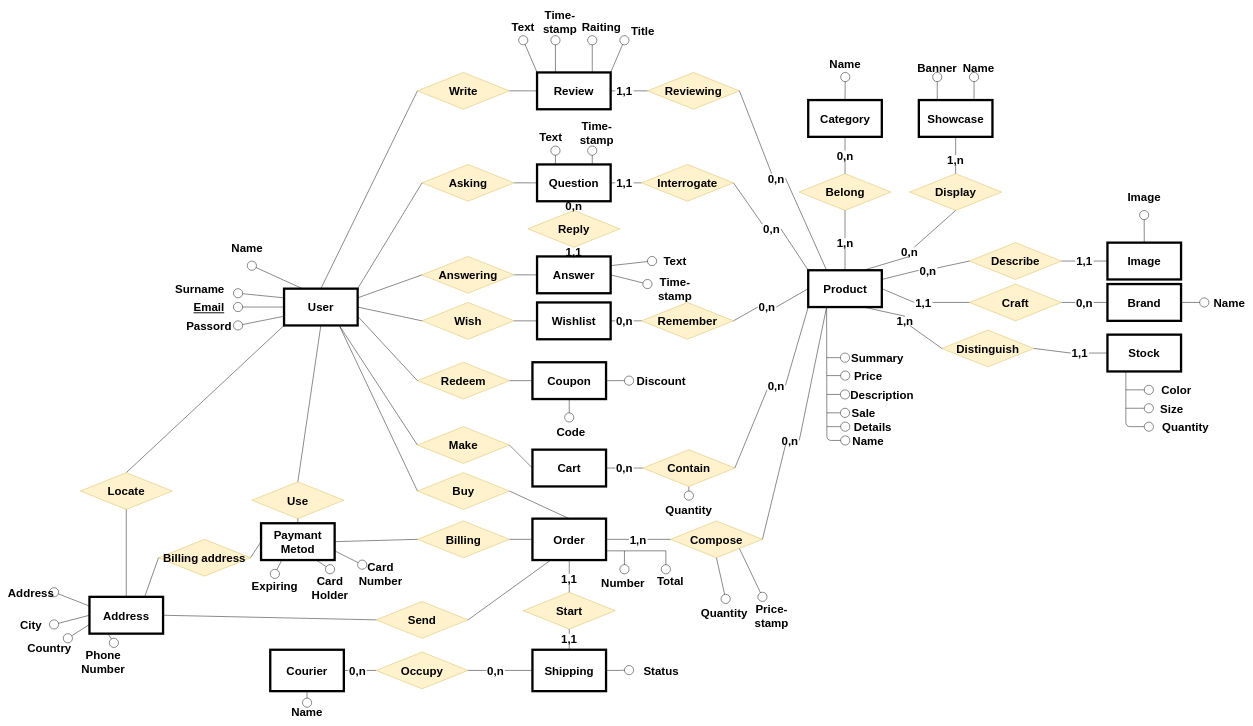
Before: Tecnologie del web.drawio in Coccio98/Tecnologie-del-web, a draw.io diagram. Source tidied: cells renumbered, new cells numbered last; positions are measured from the earlier drawing's top-left corner, leaving out a move shared by most shapes. Both pictures are drawn from the tidied source at 46%, with x=0, y=0 at pixel (22, 17).
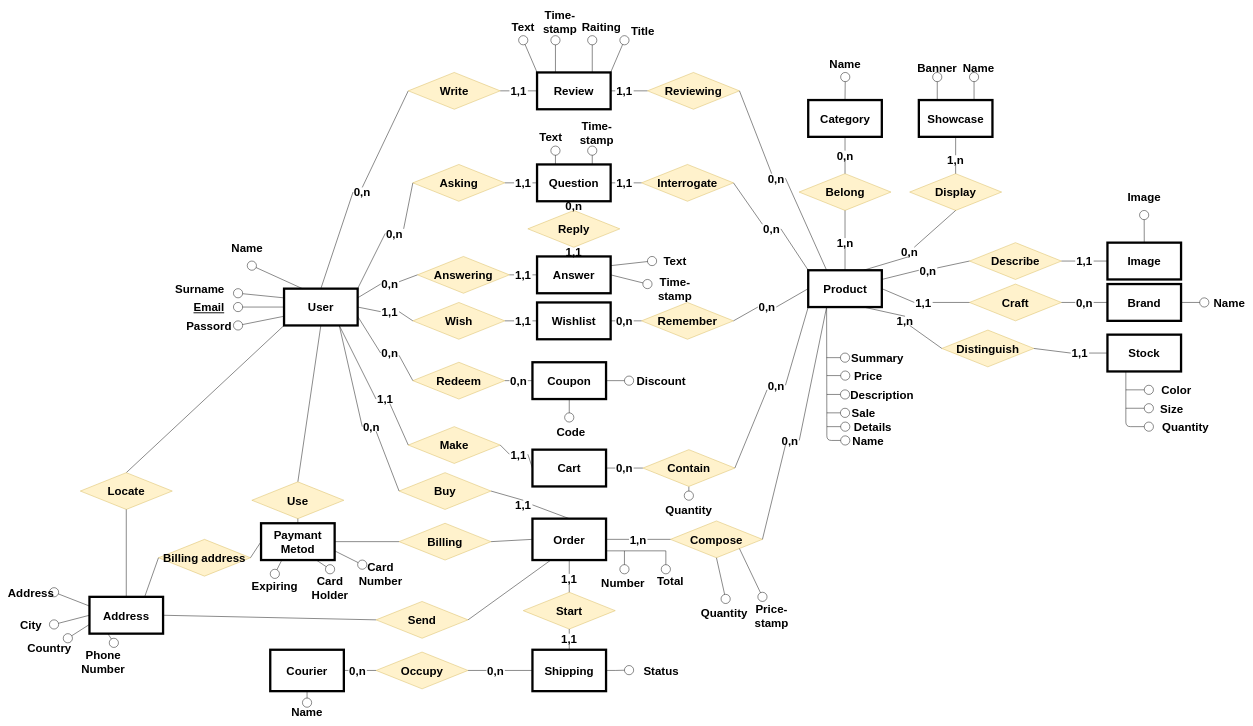
The same diagram, later.

The change refers to these unchanged cells:
```xml
<mxCell id="2" value="User" style="rounded=0;whiteSpace=wrap;html=1;fontSize=25;fontStyle=1;strokeWidth=5;" parent="1" vertex="1">
  <mxGeometry x="570" y="590" width="160" height="80" as="geometry" />
</mxCell>
<mxCell id="6" value="Wishlist" style="rounded=0;whiteSpace=wrap;html=1;fontSize=25;fontStyle=1;strokeWidth=5;" parent="1" vertex="1">
  <mxGeometry x="1120" y="620" width="160" height="80" as="geometry" />
</mxCell>
<mxCell id="9" value="Cart" style="rounded=0;whiteSpace=wrap;html=1;fontSize=25;fontStyle=1;strokeWidth=5;" parent="1" vertex="1">
  <mxGeometry x="1110" y="940" width="160" height="80" as="geometry" />
</mxCell>
<mxCell id="17" value="Order" style="rounded=0;whiteSpace=wrap;html=1;fontSize=25;fontStyle=1;strokeWidth=5;" parent="1" vertex="1">
  <mxGeometry x="1110" y="1090" width="160" height="90" as="geometry" />
</mxCell>
<mxCell id="24" value="Review" style="rounded=0;whiteSpace=wrap;html=1;fontSize=25;fontStyle=1;strokeWidth=5;" parent="1" vertex="1">
  <mxGeometry x="1120" y="120" width="160" height="80" as="geometry" />
</mxCell>
<mxCell id="29" value="Coupon" style="rounded=0;whiteSpace=wrap;html=1;fontSize=25;fontStyle=1;strokeWidth=5;" parent="1" vertex="1">
  <mxGeometry x="1110" y="750" width="160" height="80" as="geometry" />
</mxCell>
<mxCell id="45" value="Question" style="rounded=0;whiteSpace=wrap;html=1;fontSize=25;fontStyle=1;strokeWidth=5;" parent="1" vertex="1">
  <mxGeometry x="1120" y="320" width="160" height="80" as="geometry" />
</mxCell>
<mxCell id="48" value="Answer" style="rounded=0;whiteSpace=wrap;html=1;fontSize=25;fontStyle=1;strokeWidth=5;" parent="1" vertex="1">
  <mxGeometry x="1120" y="520" width="160" height="80" as="geometry" />
</mxCell>
```

Diff of the diagram source:
```diff
@@
-    <mxCell id="7" style="endArrow=none;html=1;entryX=0;entryY=0.5;entryDx=0;entryDy=0;exitX=1;exitY=0.5;exitDx=0;exitDy=0;fontSize=25;fontStyle=1;" parent="1" edge="1" source="59" target="6">
+    <mxCell id="7" style="endArrow=none;html=1;entryX=0;entryY=0.5;entryDx=0;entryDy=0;exitX=1;exitY=0.5;exitDx=0;exitDy=0;fontSize=25;fontStyle=1;" parent="1" edge="1" source="245" target="6">
       <mxGeometry relative="1" as="geometry" />
     </mxCell>
@@
-    <mxCell id="10" style="endArrow=none;html=1;exitX=0;exitY=0.5;exitDx=0;exitDy=0;entryX=0.75;entryY=1;entryDx=0;entryDy=0;fontSize=25;fontStyle=1;" parent="1" edge="1" source="61" target="2">
+    <mxCell id="10" style="endArrow=none;html=1;exitX=0;exitY=0.5;exitDx=0;exitDy=0;entryX=0.75;entryY=1;entryDx=0;entryDy=0;fontSize=25;fontStyle=1;" parent="1" edge="1" source="251" target="2">
       <mxGeometry relative="1" as="geometry" />
     </mxCell>
@@
-    <mxCell id="18" style="endArrow=none;html=1;entryX=0.75;entryY=1;entryDx=0;entryDy=0;exitX=0;exitY=0.5;exitDx=0;exitDy=0;fontSize=25;fontStyle=1;" parent="1" edge="1" source="63" target="2">
+    <mxCell id="18" style="endArrow=none;html=1;entryX=0.75;entryY=1;entryDx=0;entryDy=0;exitX=0;exitY=0.5;exitDx=0;exitDy=0;fontSize=25;fontStyle=1;" parent="1" edge="1" source="255" target="2">
       <mxGeometry relative="1" as="geometry" />
     </mxCell>
@@
-    <mxCell id="26" style="endArrow=none;html=1;exitX=0.5;exitY=0;exitDx=0;exitDy=0;fontSize=25;fontStyle=1;entryX=0;entryY=0.5;entryDx=0;entryDy=0;" parent="1" edge="1" source="2" target="51">
+    <mxCell id="26" style="endArrow=none;html=1;exitX=0.5;exitY=0;exitDx=0;exitDy=0;fontSize=25;fontStyle=1;entryX=0;entryY=0.5;entryDx=0;entryDy=0;" parent="1" edge="1" source="231" target="51">
       <mxGeometry relative="1" as="geometry" />
     </mxCell>
@@
-    <mxCell id="28" style="endArrow=none;html=1;fontSize=25;exitX=1;exitY=0.5;exitDx=0;exitDy=0;entryX=0;entryY=0.5;entryDx=0;entryDy=0;fontStyle=1;" parent="1" edge="1" source="99" target="29">
+    <mxCell id="28" style="endArrow=none;html=1;fontSize=25;exitX=1;exitY=0.5;exitDx=0;exitDy=0;entryX=0;entryY=0.5;entryDx=0;entryDy=0;fontStyle=1;" parent="1" edge="1" source="249" target="29">
       <mxGeometry relative="1" as="geometry" />
     </mxCell>
@@
-    <mxCell id="47" style="endArrow=none;html=1;fontSize=25;entryX=0;entryY=0.5;entryDx=0;entryDy=0;exitX=1;exitY=0.5;exitDx=0;exitDy=0;fontStyle=1;" parent="1" edge="1" source="55" target="45">
+    <mxCell id="47" style="endArrow=none;html=1;fontSize=25;entryX=0;entryY=0.5;entryDx=0;entryDy=0;exitX=1;exitY=0.5;exitDx=0;exitDy=0;fontStyle=1;" parent="1" edge="1" source="237" target="45">
       <mxGeometry relative="1" as="geometry" />
     </mxCell>
@@
-    <mxCell id="50" style="endArrow=none;html=1;fontSize=25;exitX=1;exitY=0.5;exitDx=0;exitDy=0;entryX=0;entryY=0.5;entryDx=0;entryDy=0;fontStyle=1;" parent="1" edge="1" source="53" target="48">
+    <mxCell id="50" style="endArrow=none;html=1;fontSize=25;exitX=1;exitY=0.5;exitDx=0;exitDy=0;entryX=0;entryY=0.5;entryDx=0;entryDy=0;fontStyle=1;" parent="1" edge="1" source="241" target="48">
       <mxGeometry relative="1" as="geometry" />
     </mxCell>
     <mxCell id="51" value="Write" style="rhombus;whiteSpace=wrap;html=1;fontSize=25;fontStyle=1;fillColor=#fff2cc;strokeColor=#d6b656;" parent="1" vertex="1">
-      <mxGeometry x="860" y="120" width="200" height="80" as="geometry" />
+      <mxGeometry x="840" y="120" width="200" height="80" as="geometry" />
     </mxCell>
-    <mxCell id="52" style="endArrow=none;html=1;exitX=1;exitY=0.5;exitDx=0;exitDy=0;fontSize=25;fontStyle=1;entryX=0;entryY=0.5;entryDx=0;entryDy=0;" parent="1" edge="1" source="51" target="24">
+    <mxCell id="52" style="endArrow=none;html=1;exitX=1;exitY=0.5;exitDx=0;exitDy=0;fontSize=25;fontStyle=1;entryX=0;entryY=0.5;entryDx=0;entryDy=0;" parent="1" edge="1" source="233" target="24">
       <mxGeometry relative="1" as="geometry" />
     </mxCell>
     <mxCell id="53" value="Answering" style="rhombus;whiteSpace=wrap;html=1;fontSize=25;fontStyle=1;fillColor=#fff2cc;strokeColor=#d6b656;" parent="1" vertex="1">
-      <mxGeometry x="870" y="520" width="200" height="80" as="geometry" />
+      <mxGeometry x="860" y="520" width="200" height="80" as="geometry" />
     </mxCell>
-    <mxCell id="54" style="endArrow=none;html=1;fontSize=25;exitX=1;exitY=0.25;exitDx=0;exitDy=0;entryX=0;entryY=0.5;entryDx=0;entryDy=0;fontStyle=1;" parent="1" edge="1" source="2" target="53">
+    <mxCell id="54" style="endArrow=none;html=1;fontSize=25;exitX=1;exitY=0.25;exitDx=0;exitDy=0;entryX=0;entryY=0.5;entryDx=0;entryDy=0;fontStyle=1;" parent="1" edge="1" source="239" target="53">
       <mxGeometry relative="1" as="geometry" />
     </mxCell>
     <mxCell id="55" value="Asking" style="rhombus;whiteSpace=wrap;html=1;fontSize=25;fontStyle=1;fillColor=#fff2cc;strokeColor=#d6b656;" parent="1" vertex="1">
-      <mxGeometry x="870" y="320" width="200" height="80" as="geometry" />
+      <mxGeometry x="850" y="320" width="200" height="80" as="geometry" />
     </mxCell>
-    <mxCell id="56" style="endArrow=none;html=1;fontSize=25;entryX=0;entryY=0.5;entryDx=0;entryDy=0;exitX=1;exitY=0;exitDx=0;exitDy=0;fontStyle=1;" parent="1" edge="1" source="2" target="55">
+    <mxCell id="56" style="endArrow=none;html=1;fontSize=25;entryX=0;entryY=0.5;entryDx=0;entryDy=0;exitX=1;exitY=0;exitDx=0;exitDy=0;fontStyle=1;" parent="1" edge="1" source="235" target="55">
       <mxGeometry relative="1" as="geometry" />
     </mxCell>
@@
     <mxCell id="59" value="Wish" style="rhombus;whiteSpace=wrap;html=1;fontSize=25;fontStyle=1;fillColor=#fff2cc;strokeColor=#d6b656;" parent="1" vertex="1">
-      <mxGeometry x="870" y="620" width="200" height="80" as="geometry" />
+      <mxGeometry x="850" y="620" width="200" height="80" as="geometry" />
     </mxCell>
-    <mxCell id="60" style="endArrow=none;html=1;entryX=0;entryY=0.5;entryDx=0;entryDy=0;exitX=1;exitY=0.5;exitDx=0;exitDy=0;fontSize=25;fontStyle=1;" parent="1" edge="1" source="2" target="59">
+    <mxCell id="60" style="endArrow=none;html=1;entryX=0;entryY=0.5;entryDx=0;entryDy=0;exitX=1;exitY=0.5;exitDx=0;exitDy=0;fontSize=25;fontStyle=1;" parent="1" edge="1" source="243" target="59">
       <mxGeometry relative="1" as="geometry" />
     </mxCell>
     <mxCell id="61" value="Make" style="rhombus;whiteSpace=wrap;html=1;fontSize=25;fontStyle=1;fillColor=#fff2cc;strokeColor=#d6b656;" parent="1" vertex="1">
-      <mxGeometry x="860" y="890" width="200" height="80" as="geometry" />
+      <mxGeometry x="840" y="890" width="200" height="80" as="geometry" />
     </mxCell>
-    <mxCell id="62" style="endArrow=none;html=1;exitX=0;exitY=0.5;exitDx=0;exitDy=0;fontSize=25;fontStyle=1;entryX=1;entryY=0.5;entryDx=0;entryDy=0;" parent="1" edge="1" source="9" target="61">
+    <mxCell id="62" style="endArrow=none;html=1;exitX=0;exitY=0.5;exitDx=0;exitDy=0;fontSize=25;fontStyle=1;entryX=1;entryY=0.5;entryDx=0;entryDy=0;" parent="1" edge="1" source="253" target="61">
       <mxGeometry relative="1" as="geometry" />
     </mxCell>
     <mxCell id="63" value="Buy" style="rhombus;whiteSpace=wrap;html=1;fontSize=25;fontStyle=1;fillColor=#fff2cc;strokeColor=#d6b656;" parent="1" vertex="1">
-      <mxGeometry x="860" y="990" width="200" height="80" as="geometry" />
+      <mxGeometry x="820" y="990" width="200" height="80" as="geometry" />
     </mxCell>
-    <mxCell id="64" style="endArrow=none;html=1;fontSize=25;fontStyle=1;entryX=1;entryY=0.5;entryDx=0;entryDy=0;exitX=0.5;exitY=0;exitDx=0;exitDy=0;" parent="1" edge="1" source="17" target="63">
+    <mxCell id="64" style="endArrow=none;html=1;fontSize=25;fontStyle=1;entryX=1;entryY=0.5;entryDx=0;entryDy=0;exitX=0.5;exitY=0;exitDx=0;exitDy=0;" parent="1" edge="1" source="257" target="63">
       <mxGeometry relative="1" as="geometry" />
     </mxCell>
@@
     <mxCell id="67" value="Billing" style="rhombus;whiteSpace=wrap;html=1;fontSize=25;fontStyle=1;fillColor=#fff2cc;strokeColor=#d6b656;" parent="1" vertex="1">
-      <mxGeometry x="860" y="1095" width="200" height="80" as="geometry" />
+      <mxGeometry x="820" y="1100" width="200" height="80" as="geometry" />
     </mxCell>
@@
     <mxCell id="99" value="Redeem" style="rhombus;whiteSpace=wrap;html=1;fontSize=25;fontStyle=1;fillColor=#fff2cc;strokeColor=#d6b656;" parent="1" vertex="1">
-      <mxGeometry x="860" y="750" width="200" height="80" as="geometry" />
+      <mxGeometry x="850" y="750" width="200" height="80" as="geometry" />
     </mxCell>
-    <mxCell id="100" style="endArrow=none;html=1;fontSize=25;entryX=0;entryY=0.5;entryDx=0;entryDy=0;fontStyle=1;exitX=1;exitY=0.75;exitDx=0;exitDy=0;" parent="1" edge="1" source="2" target="99">
+    <mxCell id="100" style="endArrow=none;html=1;fontSize=25;entryX=0;entryY=0.5;entryDx=0;entryDy=0;fontStyle=1;exitX=1;exitY=0.75;exitDx=0;exitDy=0;" parent="1" edge="1" source="247" target="99">
       <mxGeometry relative="1" as="geometry" />
     </mxCell>
@@
+    <mxCell id="231" value="0,n" style="text;html=1;strokeColor=none;fillColor=none;align=center;verticalAlign=middle;whiteSpace=wrap;rounded=0;fontSize=25;fontStyle=1;" parent="1" vertex="1">
+      <mxGeometry x="720" y="370" width="40" height="20" as="geometry" />
+    </mxCell>
+    <mxCell id="232" style="endArrow=none;html=1;exitX=0.5;exitY=0;exitDx=0;exitDy=0;fontSize=25;fontStyle=1;entryX=0;entryY=0.5;entryDx=0;entryDy=0;" parent="1" edge="1" source="2" target="231">
+      <mxGeometry relative="1" as="geometry" />
+    </mxCell>
+    <mxCell id="233" value="1,1" style="text;html=1;strokeColor=none;fillColor=none;align=center;verticalAlign=middle;whiteSpace=wrap;rounded=0;fontSize=25;fontStyle=1;" parent="1" vertex="1">
+      <mxGeometry x="1060" y="150" width="40" height="20" as="geometry" />
+    </mxCell>
+    <mxCell id="234" style="endArrow=none;html=1;exitX=1;exitY=0.5;exitDx=0;exitDy=0;fontSize=25;fontStyle=1;entryX=0;entryY=0.5;entryDx=0;entryDy=0;" parent="1" edge="1" source="51" target="233">
+      <mxGeometry relative="1" as="geometry" />
+    </mxCell>
+    <mxCell id="235" value="0,n" style="text;html=1;strokeColor=none;fillColor=none;align=center;verticalAlign=middle;whiteSpace=wrap;rounded=0;fontSize=25;fontStyle=1;" parent="1" vertex="1">
+      <mxGeometry x="790" y="460" width="40" height="20" as="geometry" />
+    </mxCell>
+    <mxCell id="236" style="endArrow=none;html=1;fontSize=25;entryX=0;entryY=0.5;entryDx=0;entryDy=0;exitX=1;exitY=0;exitDx=0;exitDy=0;fontStyle=1;" parent="1" edge="1" source="2" target="235">
+      <mxGeometry relative="1" as="geometry" />
+    </mxCell>
+    <mxCell id="237" value="1,1" style="text;html=1;strokeColor=none;fillColor=none;align=center;verticalAlign=middle;whiteSpace=wrap;rounded=0;fontSize=25;fontStyle=1;" parent="1" vertex="1">
+      <mxGeometry x="1070" y="350" width="40" height="20" as="geometry" />
+    </mxCell>
+    <mxCell id="238" style="endArrow=none;html=1;fontSize=25;entryX=0;entryY=0.5;entryDx=0;entryDy=0;exitX=1;exitY=0.5;exitDx=0;exitDy=0;fontStyle=1;" parent="1" edge="1" source="55" target="237">
+      <mxGeometry relative="1" as="geometry" />
+    </mxCell>
+    <mxCell id="239" value="0,n" style="text;html=1;strokeColor=none;fillColor=none;align=center;verticalAlign=middle;whiteSpace=wrap;rounded=0;fontSize=25;fontStyle=1;" parent="1" vertex="1">
+      <mxGeometry x="780" y="570" width="40" height="20" as="geometry" />
+    </mxCell>
+    <mxCell id="240" style="endArrow=none;html=1;fontSize=25;exitX=1;exitY=0.25;exitDx=0;exitDy=0;entryX=0;entryY=0.5;entryDx=0;entryDy=0;fontStyle=1;" parent="1" edge="1" source="2" target="239">
+      <mxGeometry relative="1" as="geometry" />
+    </mxCell>
+    <mxCell id="241" value="1,1" style="text;html=1;strokeColor=none;fillColor=none;align=center;verticalAlign=middle;whiteSpace=wrap;rounded=0;fontSize=25;fontStyle=1;" parent="1" vertex="1">
+      <mxGeometry x="1070" y="550" width="40" height="20" as="geometry" />
+    </mxCell>
+    <mxCell id="242" style="endArrow=none;html=1;fontSize=25;exitX=1;exitY=0.5;exitDx=0;exitDy=0;entryX=0;entryY=0.5;entryDx=0;entryDy=0;fontStyle=1;" parent="1" edge="1" source="53" target="241">
+      <mxGeometry relative="1" as="geometry" />
+    </mxCell>
+    <mxCell id="243" value="1,1" style="text;html=1;strokeColor=none;fillColor=none;align=center;verticalAlign=middle;whiteSpace=wrap;rounded=0;fontSize=25;fontStyle=1;" parent="1" vertex="1">
+      <mxGeometry x="780" y="630" width="40" height="20" as="geometry" />
+    </mxCell>
+    <mxCell id="244" style="endArrow=none;html=1;entryX=0;entryY=0.5;entryDx=0;entryDy=0;exitX=1;exitY=0.5;exitDx=0;exitDy=0;fontSize=25;fontStyle=1;" parent="1" edge="1" source="2" target="243">
+      <mxGeometry relative="1" as="geometry" />
+    </mxCell>
+    <mxCell id="245" value="1,1" style="text;html=1;strokeColor=none;fillColor=none;align=center;verticalAlign=middle;whiteSpace=wrap;rounded=0;fontSize=25;fontStyle=1;" parent="1" vertex="1">
+      <mxGeometry x="1070" y="650" width="40" height="20" as="geometry" />
+    </mxCell>
+    <mxCell id="246" style="endArrow=none;html=1;entryX=0;entryY=0.5;entryDx=0;entryDy=0;exitX=1;exitY=0.5;exitDx=0;exitDy=0;fontSize=25;fontStyle=1;" parent="1" edge="1" source="59" target="245">
+      <mxGeometry relative="1" as="geometry" />
+    </mxCell>
+    <mxCell id="247" value="0,n" style="text;html=1;strokeColor=none;fillColor=none;align=center;verticalAlign=middle;whiteSpace=wrap;rounded=0;fontSize=25;fontStyle=1;" parent="1" vertex="1">
+      <mxGeometry x="780" y="720" width="40" height="20" as="geometry" />
+    </mxCell>
+    <mxCell id="248" style="endArrow=none;html=1;fontSize=25;entryX=0;entryY=0.5;entryDx=0;entryDy=0;fontStyle=1;exitX=1;exitY=0.75;exitDx=0;exitDy=0;" parent="1" edge="1" source="2" target="247">
+      <mxGeometry relative="1" as="geometry" />
+    </mxCell>
+    <mxCell id="249" value="0,n" style="text;html=1;strokeColor=none;fillColor=none;align=center;verticalAlign=middle;whiteSpace=wrap;rounded=0;fontSize=25;fontStyle=1;" parent="1" vertex="1">
+      <mxGeometry x="1060" y="780" width="40" height="20" as="geometry" />
+    </mxCell>
+    <mxCell id="250" style="endArrow=none;html=1;fontSize=25;exitX=1;exitY=0.5;exitDx=0;exitDy=0;entryX=0;entryY=0.5;entryDx=0;entryDy=0;fontStyle=1;" parent="1" edge="1" source="99" target="249">
+      <mxGeometry relative="1" as="geometry" />
+    </mxCell>
+    <mxCell id="251" value="1,1" style="text;html=1;strokeColor=none;fillColor=none;align=center;verticalAlign=middle;whiteSpace=wrap;rounded=0;fontSize=25;fontStyle=1;" parent="1" vertex="1">
+      <mxGeometry x="770" y="820" width="40" height="20" as="geometry" />
+    </mxCell>
+    <mxCell id="252" style="endArrow=none;html=1;exitX=0;exitY=0.5;exitDx=0;exitDy=0;entryX=0.75;entryY=1;entryDx=0;entryDy=0;fontSize=25;fontStyle=1;" parent="1" edge="1" source="61" target="251">
+      <mxGeometry relative="1" as="geometry" />
+    </mxCell>
+    <mxCell id="253" value="1,1" style="text;html=1;strokeColor=none;fillColor=none;align=center;verticalAlign=middle;whiteSpace=wrap;rounded=0;fontSize=25;fontStyle=1;" parent="1" vertex="1">
+      <mxGeometry x="1060" y="940" width="40" height="20" as="geometry" />
+    </mxCell>
+    <mxCell id="254" style="endArrow=none;html=1;exitX=0;exitY=0.5;exitDx=0;exitDy=0;fontSize=25;fontStyle=1;entryX=1;entryY=0.5;entryDx=0;entryDy=0;" parent="1" edge="1" source="9" target="253">
+      <mxGeometry relative="1" as="geometry" />
+    </mxCell>
+    <mxCell id="255" value="0,n" style="text;html=1;strokeColor=none;fillColor=none;align=center;verticalAlign=middle;whiteSpace=wrap;rounded=0;fontSize=25;fontStyle=1;" parent="1" vertex="1">
+      <mxGeometry x="740" y="880" width="40" height="20" as="geometry" />
+    </mxCell>
+    <mxCell id="256" style="endArrow=none;html=1;entryX=0.75;entryY=1;entryDx=0;entryDy=0;exitX=0;exitY=0.5;exitDx=0;exitDy=0;fontSize=25;fontStyle=1;" parent="1" edge="1" source="63" target="255">
+      <mxGeometry relative="1" as="geometry" />
+    </mxCell>
+    <mxCell id="257" value="1,1" style="text;html=1;strokeColor=none;fillColor=none;align=center;verticalAlign=middle;whiteSpace=wrap;rounded=0;fontSize=25;fontStyle=1;" parent="1" vertex="1">
+      <mxGeometry x="1070" y="1050" width="40" height="20" as="geometry" />
+    </mxCell>
+    <mxCell id="258" style="endArrow=none;html=1;fontSize=25;fontStyle=1;entryX=1;entryY=0.5;entryDx=0;entryDy=0;exitX=0.5;exitY=0;exitDx=0;exitDy=0;" parent="1" edge="1" source="17" target="257">
+      <mxGeometry relative="1" as="geometry" />
+    </mxCell>
```
